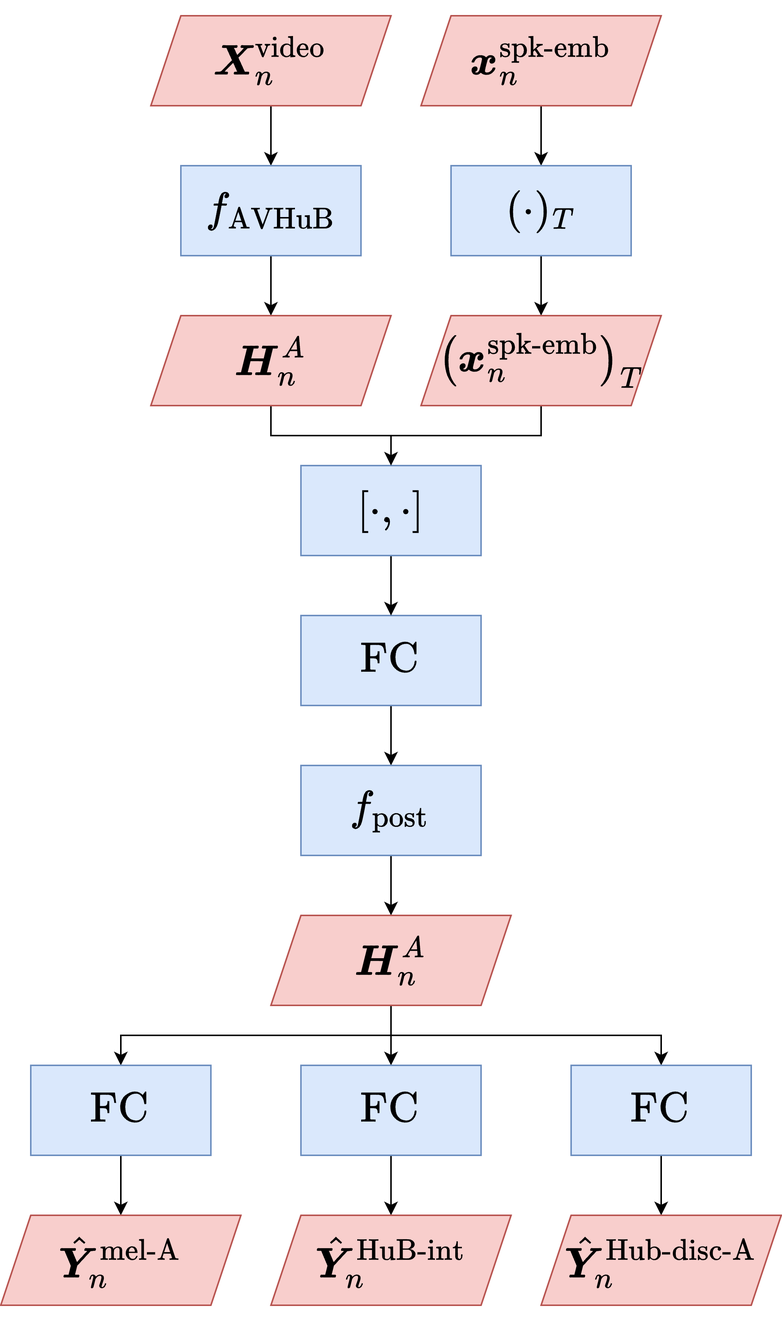
kyushusouth/master_thesis keeps this draw.io diagram as figure/sec4/model_2/networkA.drawio.png. Above is the earlier version. Source tidied: cells renumbered, new cells last; positions are measured from the earlier drawing's top-left corner, leaving out a move shared by most shapes. Its diagram source:
```xml
<mxGraphModel math="1">
  <root>
    <mxCell id="0" />
    <mxCell id="1" parent="0" />
    <mxCell id="2" style="edgeStyle=orthogonalEdgeStyle;rounded=0;jettySize=auto;html=1;exitX=0.5;exitY=1;exitDx=0;exitDy=0;entryX=0.5;entryY=0;entryDx=0;entryDy=0;" parent="1" edge="1" source="3" target="5">
      <mxGeometry relative="1" as="geometry" />
    </mxCell>
    <mxCell id="3" value="$$\boldsymbol{X}_{n}^{\text{video}}$$" style="shape=parallelogram;perimeter=parallelogramPerimeter;whiteSpace=wrap;html=1;fixedSize=1;fontSize=24;fillColor=#f8cecc;strokeColor=#b85450;" parent="1" vertex="1">
      <mxGeometry x="100" width="160" height="60" as="geometry" />
    </mxCell>
    <mxCell id="4" style="edgeStyle=orthogonalEdgeStyle;rounded=0;jettySize=auto;html=1;exitX=0.5;exitY=1;exitDx=0;exitDy=0;entryX=0.5;entryY=0;entryDx=0;entryDy=0;" parent="1" edge="1" source="5" target="7">
      <mxGeometry relative="1" as="geometry" />
    </mxCell>
    <mxCell id="5" value="$$f_{\text{AVHuB}}$$" style="rounded=0;whiteSpace=wrap;html=1;fontSize=24;fillColor=#dae8fc;strokeColor=#6c8ebf;" parent="1" vertex="1">
      <mxGeometry x="120" y="100" width="120" height="60" as="geometry" />
    </mxCell>
    <mxCell id="6" style="edgeStyle=orthogonalEdgeStyle;rounded=0;jettySize=auto;html=1;exitX=0.5;exitY=1;exitDx=0;exitDy=0;entryX=0.5;entryY=0;entryDx=0;entryDy=0;" parent="1" edge="1" source="7" target="15">
      <mxGeometry relative="1" as="geometry" />
    </mxCell>
    <mxCell id="7" value="$$\boldsymbol{H}_{n}^{A}$$" style="shape=parallelogram;perimeter=parallelogramPerimeter;whiteSpace=wrap;html=1;fixedSize=1;fontSize=24;fillColor=#f8cecc;strokeColor=#b85450;" parent="1" vertex="1">
      <mxGeometry x="100" y="200" width="160" height="60" as="geometry" />
    </mxCell>
    <mxCell id="8" style="edgeStyle=orthogonalEdgeStyle;rounded=0;jettySize=auto;html=1;exitX=0.5;exitY=1;exitDx=0;exitDy=0;entryX=0.5;entryY=0;entryDx=0;entryDy=0;" parent="1" edge="1" source="9" target="13">
      <mxGeometry relative="1" as="geometry" />
    </mxCell>
    <mxCell id="9" value="$$\boldsymbol{x}_{n}^{\text{spk-emb}}$$" style="shape=parallelogram;perimeter=parallelogramPerimeter;whiteSpace=wrap;html=1;fixedSize=1;fontSize=24;fillColor=#f8cecc;strokeColor=#b85450;" parent="1" vertex="1">
      <mxGeometry x="280" width="160" height="60" as="geometry" />
    </mxCell>
    <mxCell id="10" style="edgeStyle=orthogonalEdgeStyle;rounded=0;jettySize=auto;html=1;exitX=0.5;exitY=1;exitDx=0;exitDy=0;entryX=0.5;entryY=0;entryDx=0;entryDy=0;" parent="1" edge="1" source="11" target="19">
      <mxGeometry relative="1" as="geometry" />
    </mxCell>
    <mxCell id="11" value="$$\text{FC}$$" style="rounded=0;whiteSpace=wrap;html=1;fontSize=24;fillColor=#dae8fc;strokeColor=#6c8ebf;" parent="1" vertex="1">
      <mxGeometry x="200" y="400" width="120" height="60" as="geometry" />
    </mxCell>
    <mxCell id="12" style="edgeStyle=orthogonalEdgeStyle;rounded=0;jettySize=auto;html=1;exitX=0.5;exitY=1;exitDx=0;exitDy=0;entryX=0.5;entryY=0;entryDx=0;entryDy=0;" parent="1" edge="1" source="13" target="17">
      <mxGeometry relative="1" as="geometry" />
    </mxCell>
    <mxCell id="13" value="$$(\cdot)_{T}$$" style="rounded=0;whiteSpace=wrap;html=1;fontSize=24;fillColor=#dae8fc;strokeColor=#6c8ebf;" parent="1" vertex="1">
      <mxGeometry x="300" y="100" width="120" height="60" as="geometry" />
    </mxCell>
    <mxCell id="14" style="edgeStyle=orthogonalEdgeStyle;rounded=0;jettySize=auto;html=1;exitX=0.5;exitY=1;exitDx=0;exitDy=0;entryX=0.5;entryY=0;entryDx=0;entryDy=0;" parent="1" edge="1" source="15" target="11">
      <mxGeometry relative="1" as="geometry" />
    </mxCell>
    <mxCell id="15" value="$$[\cdot, \cdot]$$" style="rounded=0;whiteSpace=wrap;html=1;fontSize=24;fillColor=#dae8fc;strokeColor=#6c8ebf;" parent="1" vertex="1">
      <mxGeometry x="200" y="300" width="120" height="60" as="geometry" />
    </mxCell>
    <mxCell id="16" style="edgeStyle=orthogonalEdgeStyle;rounded=0;jettySize=auto;html=1;exitX=0.5;exitY=1;exitDx=0;exitDy=0;entryX=0.5;entryY=0;entryDx=0;entryDy=0;" parent="1" edge="1" source="17" target="15">
      <mxGeometry relative="1" as="geometry" />
    </mxCell>
    <mxCell id="17" value="$$\left(\boldsymbol{x}_{n}^{\text{spk-emb}}\right)_{T}$$" style="shape=parallelogram;perimeter=parallelogramPerimeter;whiteSpace=wrap;html=1;fixedSize=1;fontSize=24;fillColor=#f8cecc;strokeColor=#b85450;" parent="1" vertex="1">
      <mxGeometry x="280" y="200" width="160" height="60" as="geometry" />
    </mxCell>
    <mxCell id="18" style="edgeStyle=orthogonalEdgeStyle;rounded=0;jettySize=auto;html=1;exitX=0.5;exitY=1;exitDx=0;exitDy=0;entryX=0.5;entryY=0;entryDx=0;entryDy=0;" parent="1" edge="1" source="19" target="23">
      <mxGeometry relative="1" as="geometry" />
    </mxCell>
    <mxCell id="19" value="$$f_{\text{post}}$$" style="rounded=0;whiteSpace=wrap;html=1;fontSize=24;fillColor=#dae8fc;strokeColor=#6c8ebf;" parent="1" vertex="1">
      <mxGeometry x="200" y="500" width="120" height="60" as="geometry" />
    </mxCell>
    <mxCell id="20" style="edgeStyle=orthogonalEdgeStyle;rounded=0;jettySize=auto;html=1;exitX=0.5;exitY=1;exitDx=0;exitDy=0;entryX=0.5;entryY=0;entryDx=0;entryDy=0;" parent="1" edge="1" source="23" target="25">
      <mxGeometry relative="1" as="geometry" />
    </mxCell>
    <mxCell id="21" style="edgeStyle=orthogonalEdgeStyle;rounded=0;jettySize=auto;html=1;exitX=0.5;exitY=1;exitDx=0;exitDy=0;entryX=0.5;entryY=0;entryDx=0;entryDy=0;" parent="1" edge="1" source="23" target="27">
      <mxGeometry relative="1" as="geometry" />
    </mxCell>
    <mxCell id="22" style="edgeStyle=orthogonalEdgeStyle;rounded=0;jettySize=auto;html=1;exitX=0.5;exitY=1;exitDx=0;exitDy=0;entryX=0.5;entryY=0;entryDx=0;entryDy=0;" parent="1" edge="1" source="23" target="29">
      <mxGeometry relative="1" as="geometry" />
    </mxCell>
    <mxCell id="23" value="$$\boldsymbol{H}_{n}^{A}$$" style="shape=parallelogram;perimeter=parallelogramPerimeter;whiteSpace=wrap;html=1;fixedSize=1;fontSize=24;fillColor=#f8cecc;strokeColor=#b85450;" parent="1" vertex="1">
      <mxGeometry x="180" y="600" width="160" height="60" as="geometry" />
    </mxCell>
    <mxCell id="24" style="edgeStyle=orthogonalEdgeStyle;rounded=0;jettySize=auto;html=1;exitX=0.5;exitY=1;exitDx=0;exitDy=0;entryX=0.5;entryY=0;entryDx=0;entryDy=0;" parent="1" edge="1" source="25" target="31">
      <mxGeometry relative="1" as="geometry" />
    </mxCell>
    <mxCell id="25" value="$$\text{FC}$$" style="rounded=0;whiteSpace=wrap;html=1;fontSize=24;fillColor=#dae8fc;strokeColor=#6c8ebf;" parent="1" vertex="1">
      <mxGeometry x="20" y="700" width="120" height="60" as="geometry" />
    </mxCell>
    <mxCell id="26" style="edgeStyle=orthogonalEdgeStyle;rounded=0;jettySize=auto;html=1;exitX=0.5;exitY=1;exitDx=0;exitDy=0;entryX=0.5;entryY=0;entryDx=0;entryDy=0;" parent="1" edge="1" source="27" target="30">
      <mxGeometry relative="1" as="geometry" />
    </mxCell>
    <mxCell id="27" value="$$\text{FC}$$" style="rounded=0;whiteSpace=wrap;html=1;fontSize=24;fillColor=#dae8fc;strokeColor=#6c8ebf;" parent="1" vertex="1">
      <mxGeometry x="200" y="700" width="120" height="60" as="geometry" />
    </mxCell>
    <mxCell id="28" style="edgeStyle=orthogonalEdgeStyle;rounded=0;jettySize=auto;html=1;exitX=0.5;exitY=1;exitDx=0;exitDy=0;entryX=0.5;entryY=0;entryDx=0;entryDy=0;" parent="1" edge="1" source="29" target="32">
      <mxGeometry relative="1" as="geometry" />
    </mxCell>
    <mxCell id="29" value="$$\text{FC}$$" style="rounded=0;whiteSpace=wrap;html=1;fontSize=24;fillColor=#dae8fc;strokeColor=#6c8ebf;" parent="1" vertex="1">
      <mxGeometry x="380" y="700" width="120" height="60" as="geometry" />
    </mxCell>
    <mxCell id="30" value="$$\hat{\boldsymbol{Y}}_{n}^{\text{HuB-int}}$$" style="shape=parallelogram;perimeter=parallelogramPerimeter;whiteSpace=wrap;html=1;fixedSize=1;fontSize=24;fillColor=#f8cecc;strokeColor=#b85450;" parent="1" vertex="1">
      <mxGeometry x="180" y="800" width="160" height="60" as="geometry" />
    </mxCell>
    <mxCell id="31" value="$$\hat{\boldsymbol{Y}}_{n}^{\text{mel-A}}$$" style="shape=parallelogram;perimeter=parallelogramPerimeter;whiteSpace=wrap;html=1;fixedSize=1;fontSize=24;fillColor=#f8cecc;strokeColor=#b85450;" parent="1" vertex="1">
      <mxGeometry y="800" width="160" height="60" as="geometry" />
    </mxCell>
    <mxCell id="32" value="$$\hat{\boldsymbol{Y}}_{n}^{\text{Hub-disc-A}}$$" style="shape=parallelogram;perimeter=parallelogramPerimeter;whiteSpace=wrap;html=1;fixedSize=1;fontSize=24;fillColor=#f8cecc;strokeColor=#b85450;" parent="1" vertex="1">
      <mxGeometry x="360" y="800" width="160" height="60" as="geometry" />
    </mxCell>
  </root>
</mxGraphModel>
```
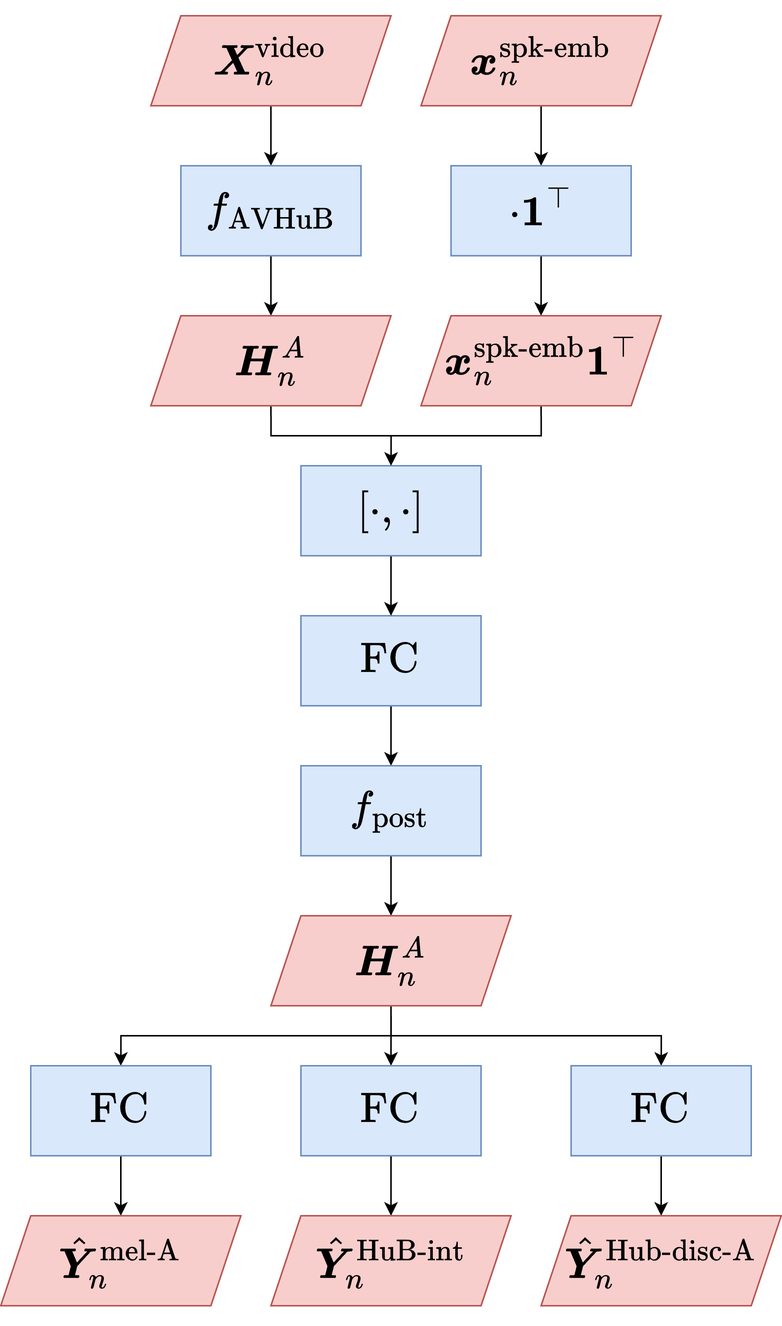
After the commit.

What changed in the source:
```diff
@@ -35,7 +35,7 @@
     <mxCell id="12" style="edgeStyle=orthogonalEdgeStyle;rounded=0;jettySize=auto;html=1;exitX=0.5;exitY=1;exitDx=0;exitDy=0;entryX=0.5;entryY=0;entryDx=0;entryDy=0;" parent="1" edge="1" source="13" target="17">
       <mxGeometry relative="1" as="geometry" />
     </mxCell>
-    <mxCell id="13" value="$$(\cdot)_{T}$$" style="rounded=0;whiteSpace=wrap;html=1;fontSize=24;fillColor=#dae8fc;strokeColor=#6c8ebf;" parent="1" vertex="1">
+    <mxCell id="13" value="$$\cdot \boldsymbol{1}^{\top}$$" style="rounded=0;whiteSpace=wrap;html=1;fontSize=24;fillColor=#dae8fc;strokeColor=#6c8ebf;" parent="1" vertex="1">
       <mxGeometry x="300" y="100" width="120" height="60" as="geometry" />
     </mxCell>
     <mxCell id="14" style="edgeStyle=orthogonalEdgeStyle;rounded=0;jettySize=auto;html=1;exitX=0.5;exitY=1;exitDx=0;exitDy=0;entryX=0.5;entryY=0;entryDx=0;entryDy=0;" parent="1" edge="1" source="15" target="11">
@@ -47,7 +47,7 @@
     <mxCell id="16" style="edgeStyle=orthogonalEdgeStyle;rounded=0;jettySize=auto;html=1;exitX=0.5;exitY=1;exitDx=0;exitDy=0;entryX=0.5;entryY=0;entryDx=0;entryDy=0;" parent="1" edge="1" source="17" target="15">
       <mxGeometry relative="1" as="geometry" />
     </mxCell>
-    <mxCell id="17" value="$$\left(\boldsymbol{x}_{n}^{\text{spk-emb}}\right)_{T}$$" style="shape=parallelogram;perimeter=parallelogramPerimeter;whiteSpace=wrap;html=1;fixedSize=1;fontSize=24;fillColor=#f8cecc;strokeColor=#b85450;" parent="1" vertex="1">
+    <mxCell id="17" value="$$\boldsymbol{x}_{n}^{\text{spk-emb}} \boldsymbol{1}^{\top}$$" style="shape=parallelogram;perimeter=parallelogramPerimeter;whiteSpace=wrap;html=1;fixedSize=1;fontSize=24;fillColor=#f8cecc;strokeColor=#b85450;" parent="1" vertex="1">
       <mxGeometry x="280" y="200" width="160" height="60" as="geometry" />
     </mxCell>
     <mxCell id="18" style="edgeStyle=orthogonalEdgeStyle;rounded=0;jettySize=auto;html=1;exitX=0.5;exitY=1;exitDx=0;exitDy=0;entryX=0.5;entryY=0;entryDx=0;entryDy=0;" parent="1" edge="1" source="19" target="23">
```
